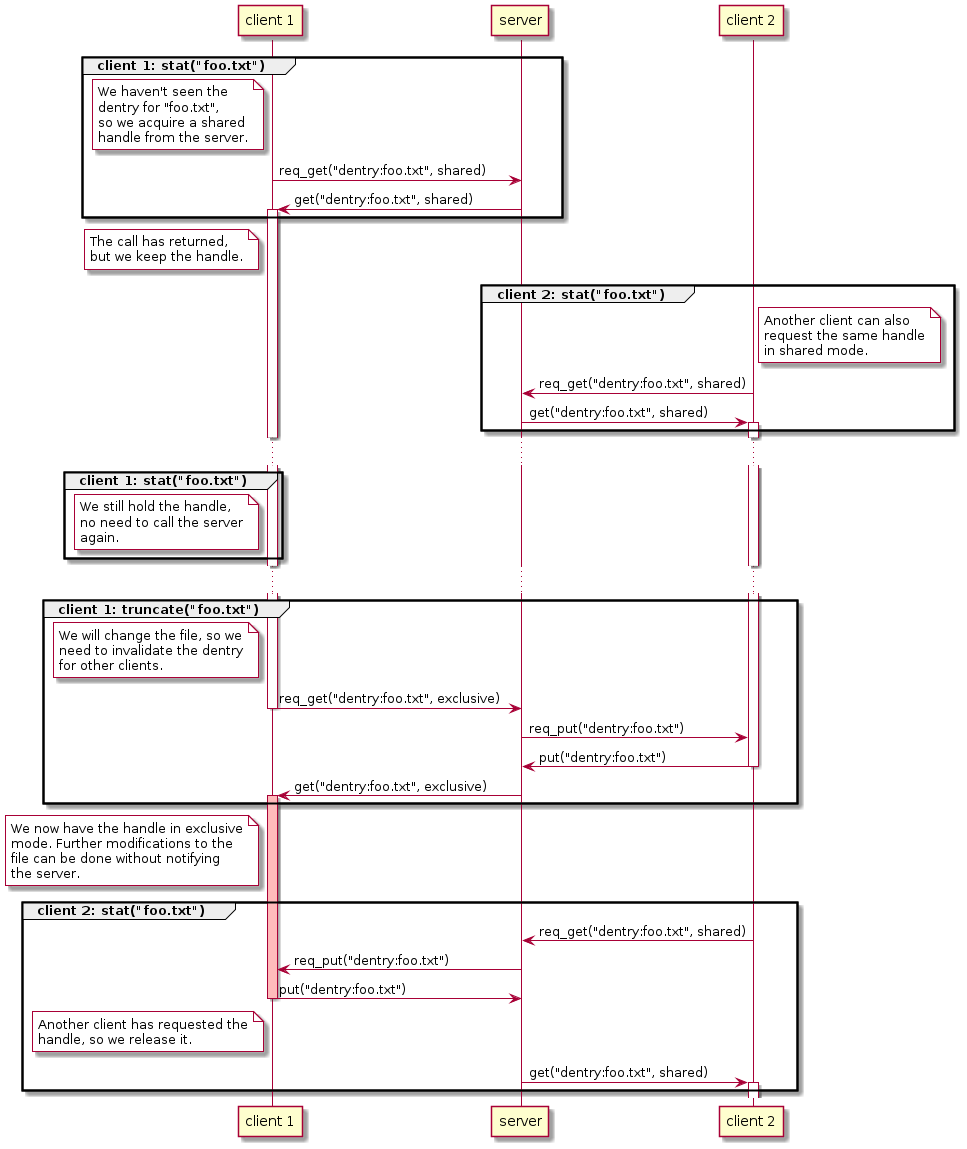
The PlantUML diagram diagrams/dentry.png in pwmarcz/fs-demo, before a commit.
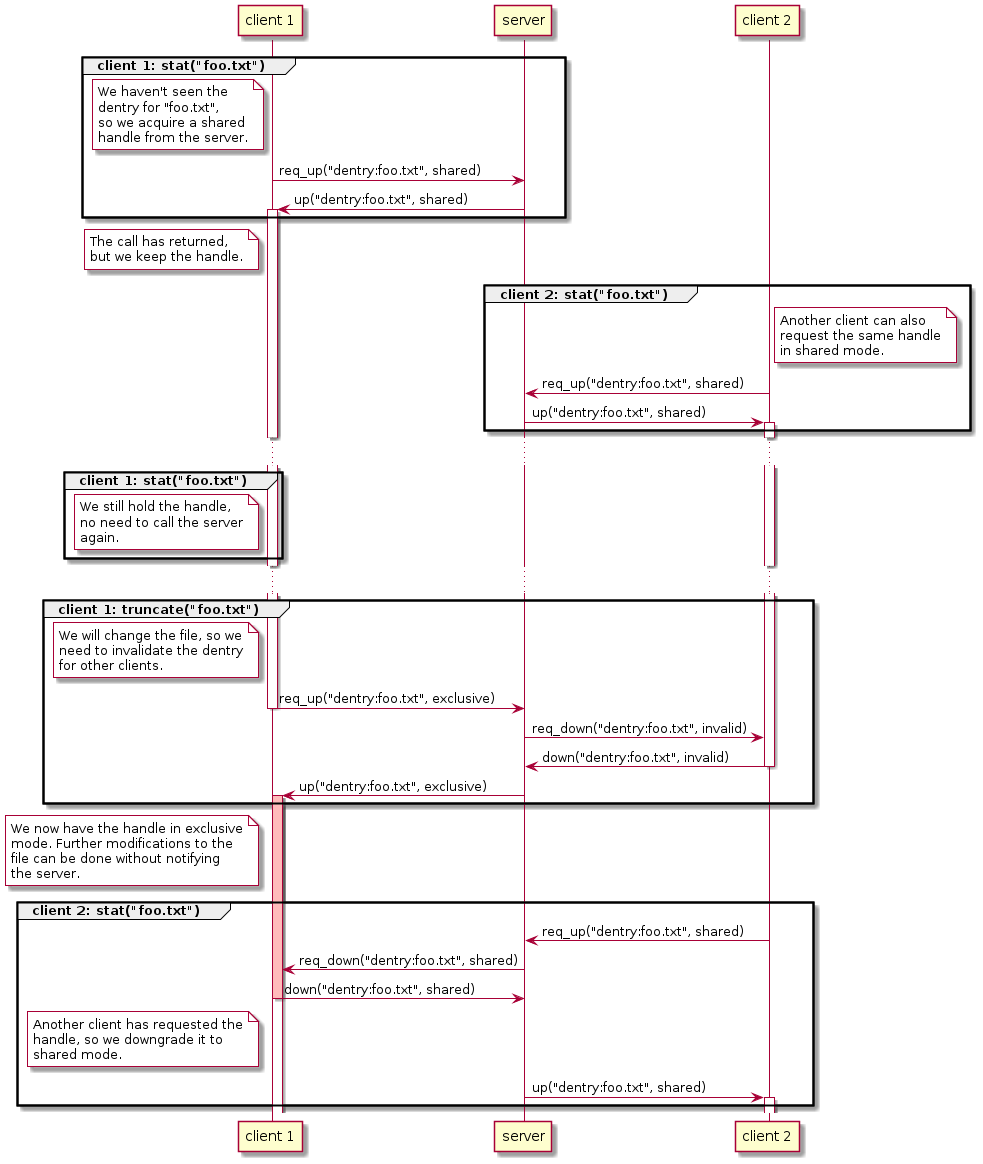
The same file after the commit.

Commit message:
Convert get/put -> up/down, add a downgrade from exclusive to shared

The edit, as a diff of the source:
```diff
@@ -12,8 +12,8 @@
     handle from the server.
   end note
 
-  c1 -> s: req_get("dentry:foo.txt", shared)
-  s -> c1: get("dentry:foo.txt", shared)
+  c1 -> s: req_up("dentry:foo.txt", shared)
+  s -> c1: up("dentry:foo.txt", shared)
   activate c1
 
 end
@@ -31,8 +31,8 @@
     in shared mode.
   end note
 
-  c2 -> s: req_get("dentry:foo.txt", shared)
-  s -> c2: get("dentry:foo.txt", shared)
+  c2 -> s: req_up("dentry:foo.txt", shared)
+  s -> c2: up("dentry:foo.txt", shared)
   activate c2
 
 end
@@ -59,14 +59,15 @@
     for other clients.
   end note
 
-  c1 -> s: req_get("dentry:foo.txt", exclusive)
+  c1 -> s: req_up("dentry:foo.txt", exclusive)
   deactivate c1
 
-  s -> c2: req_put("dentry:foo.txt")
-  c2 -> s: put("dentry:foo.txt")
+  s -> c2: req_down("dentry:foo.txt", invalid)
+  c2 -> s: down("dentry:foo.txt", invalid)
   deactivate c2
 
-  s -> c1: get("dentry:foo.txt", exclusive)
+  s -> c1: up("dentry:foo.txt", exclusive)
+  activate c1
   activate c1 #ffbbbb
 
 end
@@ -80,17 +81,18 @@
 
 group client 2: stat("foo.txt")
 
-  c2 -> s: req_get("dentry:foo.txt", shared)
-  s -> c1: req_put("dentry:foo.txt")
-  c1 -> s: put("dentry:foo.txt")
+  c2 -> s: req_up("dentry:foo.txt", shared)
+  s -> c1: req_down("dentry:foo.txt", shared)
+  c1 -> s: down("dentry:foo.txt", shared)
   deactivate c1
 
   note left of c1 #white
     Another client has requested the
-    handle, so we release it.
+    handle, so we downgrade it to
+    shared mode.
   end note
 
-  s -> c2: get("dentry:foo.txt", shared)
+  s -> c2: up("dentry:foo.txt", shared)
   activate c2
 
 end
```
